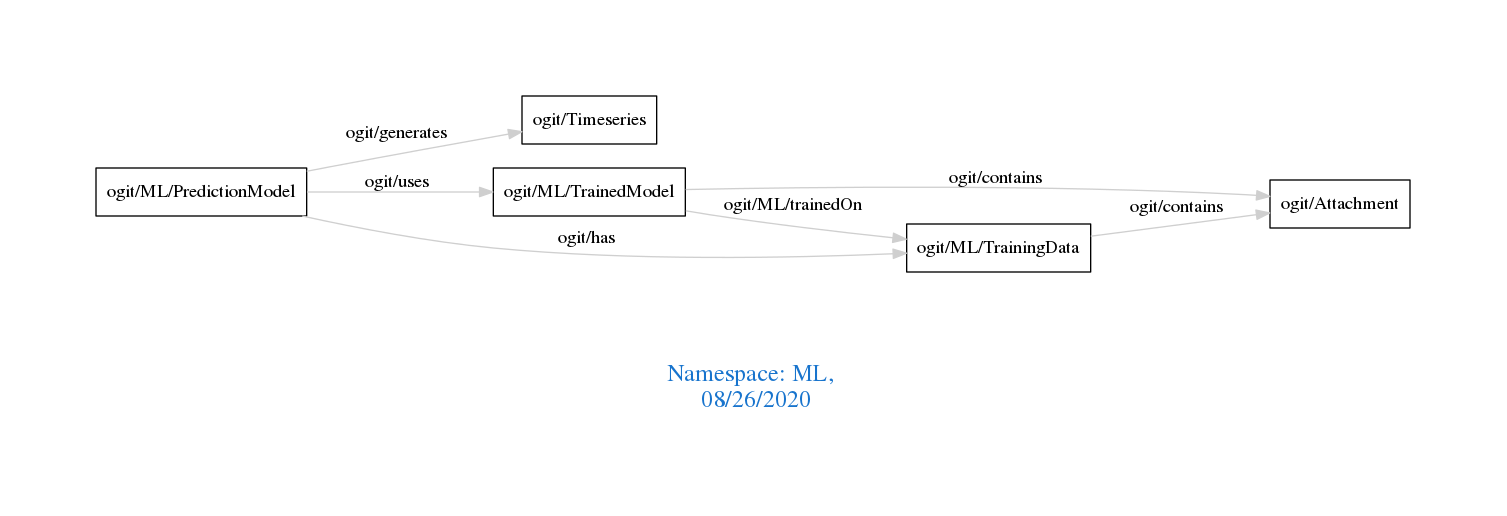
This is downloads/ML.png from arago/OGIT, a Graphviz export, as it was before one commit. Its source is kept beside it as downloads/ML.dot.
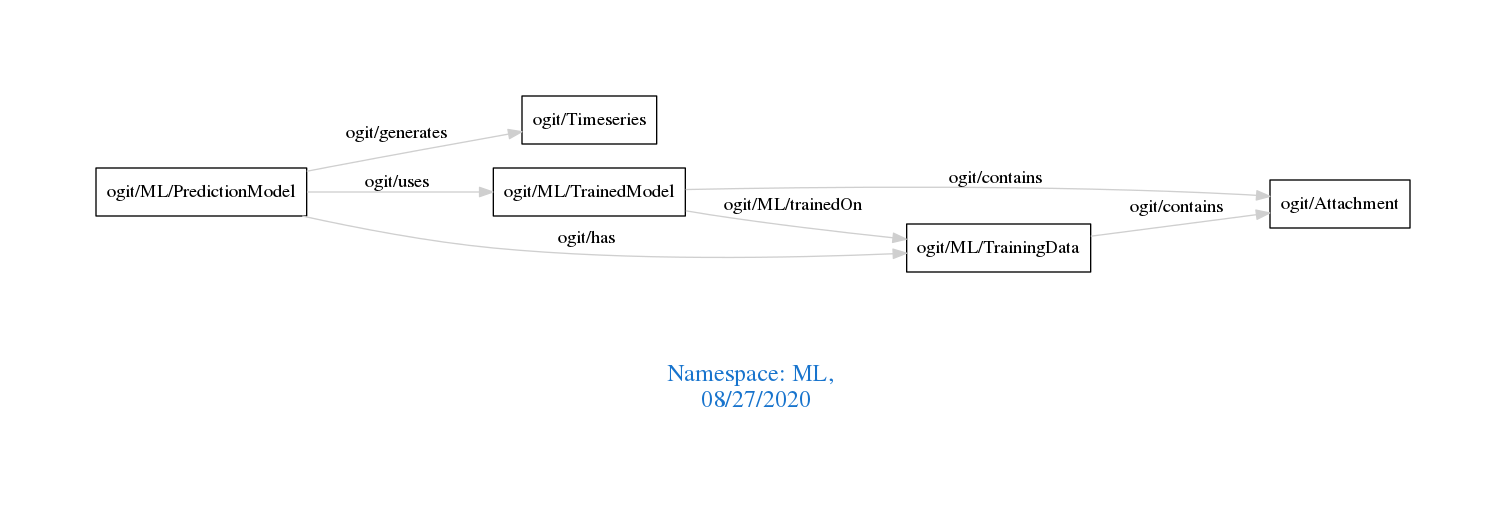
The same diagram one commit later.

Change to the diagram source:
```diff
@@ -1,7 +1,7 @@
 digraph OGIT_ontology {
  graph [ rankdir= LR,pad=1
 fontsize = 18,
-fontcolor= dodgerblue3,label = "\n\n\nNamespace: ML, \n 08/26/2020"];
+fontcolor= dodgerblue3,label = "\n\n\nNamespace: ML, \n 08/27/2020"];
 node[shape=polygon];
 edge [  color="gray81"];
 
```
